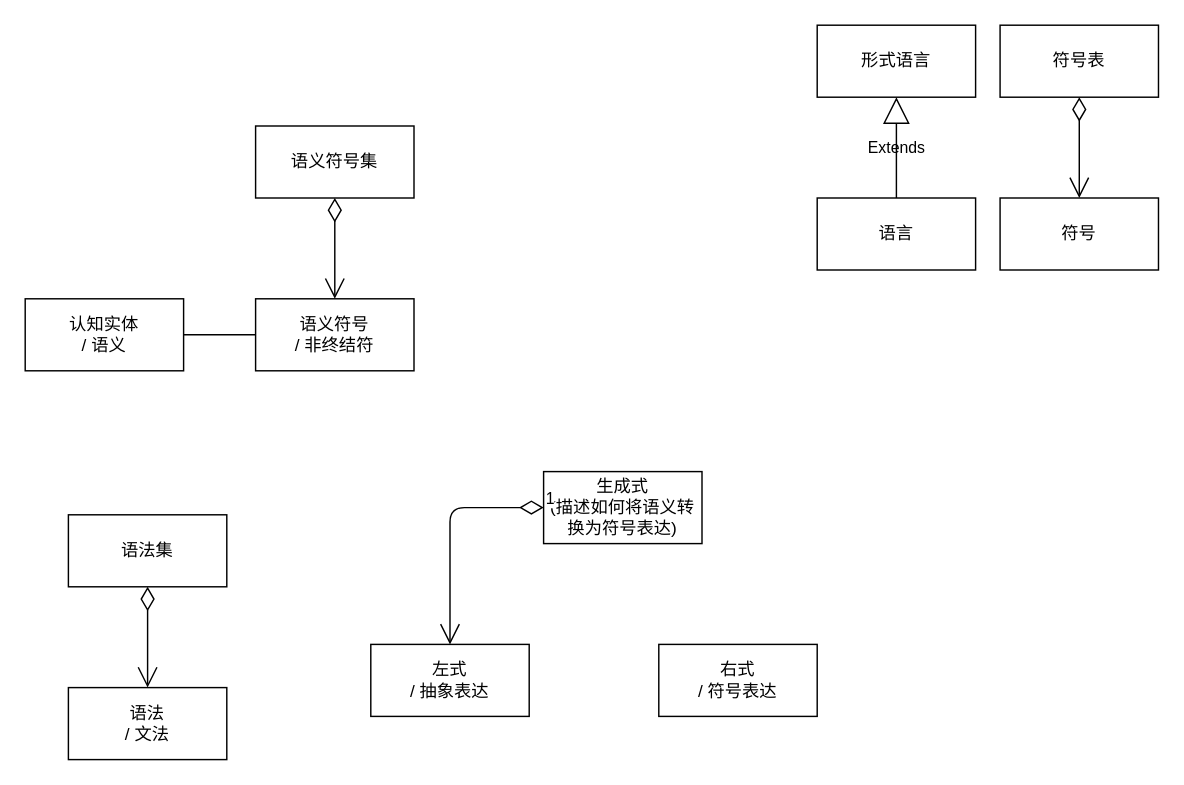
Before: page "语言" (2 of 2) of base_model/实体和语言.drawio in cyxm/CodeGenerator, a draw.io diagram. Source tidied: cells renumbered, new cells numbered last; positions are measured from the earlier drawing's top-left corner, leaving out a move shared by most shapes. Both pictures are drawn from the tidied source at 144%, with x=0, y=0 at pixel (24, 24).
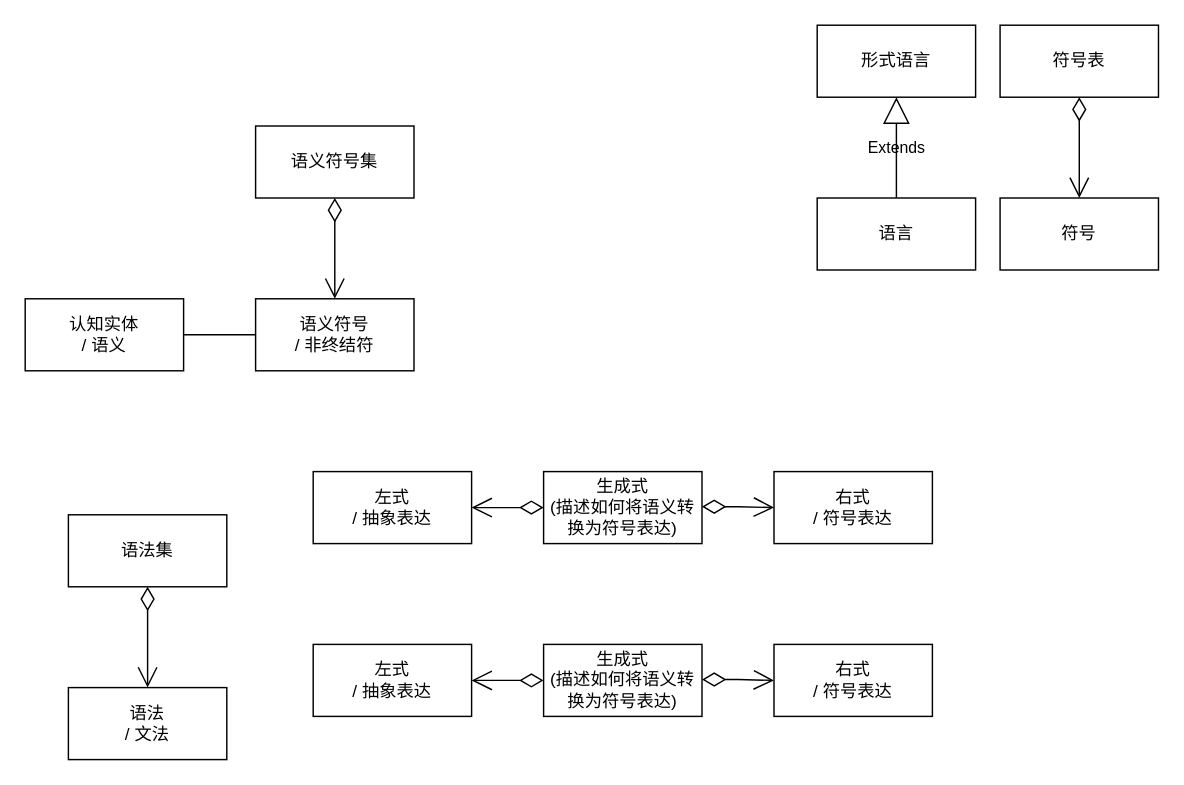
The same diagram, later.

Commit message:
更新实体和语言.drawio

The edit, as a diff of the source:
```diff
@@
+    <mxCell id="24" style="group;" parent="1" vertex="1">
+      <mxGeometry x="200" y="310" width="430" height="50" as="geometry" />
+    </mxCell>
-    <mxCell id="20" value="&lt;div&gt;生成式&lt;/div&gt;&lt;div&gt;(描述如何将语义转换为符号表达)&lt;/div&gt;" style="html=1;whiteSpace=wrap;" parent="1" vertex="1">
-      <mxGeometry x="360" y="310" width="110" height="50" as="geometry" />
+    <mxCell id="20" value="&lt;div&gt;生成式&lt;/div&gt;&lt;div&gt;(描述如何将语义转换为符号表达)&lt;/div&gt;" style="html=1;whiteSpace=wrap;" parent="24" vertex="1">
+      <mxGeometry x="160" width="110" height="50" as="geometry" />
     </mxCell>
-    <mxCell id="21" value="&lt;div&gt;左式&lt;/div&gt;&lt;div&gt;/ 抽象表达&lt;/div&gt;" style="html=1;whiteSpace=wrap;" parent="1" vertex="1">
-      <mxGeometry x="240" y="430" width="110" height="50" as="geometry" />
+    <mxCell id="21" value="&lt;div&gt;左式&lt;/div&gt;&lt;div&gt;/ 抽象表达&lt;/div&gt;" style="html=1;whiteSpace=wrap;" parent="24" vertex="1">
+      <mxGeometry width="110" height="50" as="geometry" />
     </mxCell>
-    <mxCell id="22" value="&lt;div&gt;右式&lt;/div&gt;&lt;div&gt;/ 符号表达&lt;/div&gt;" style="html=1;whiteSpace=wrap;" parent="1" vertex="1">
-      <mxGeometry x="440" y="430" width="110" height="50" as="geometry" />
+    <mxCell id="22" value="&lt;div&gt;右式&lt;/div&gt;&lt;div&gt;/ 符号表达&lt;/div&gt;" style="html=1;whiteSpace=wrap;" parent="24" vertex="1">
+      <mxGeometry x="320" width="110" height="50" as="geometry" />
     </mxCell>
-    <mxCell id="23" value="1" style="endArrow=open;html=1;endSize=12;startArrow=diamondThin;startSize=14;startFill=0;edgeStyle=orthogonalEdgeStyle;align=left;verticalAlign=bottom;entryX=0.5;entryY=0;entryDx=0;entryDy=0;exitX=0;exitY=0.5;exitDx=0;exitDy=0;" parent="1" edge="1" source="20" target="21">
+    <mxCell id="23" style="endArrow=open;html=1;endSize=12;startArrow=diamondThin;startSize=14;startFill=0;edgeStyle=orthogonalEdgeStyle;align=left;verticalAlign=bottom;entryX=1;entryY=0.5;entryDx=0;entryDy=0;exitX=0;exitY=0.5;exitDx=0;exitDy=0;rounded=0;curved=0;" parent="24" edge="1" source="20" target="21">
       <mxGeometry x="-1" y="3" relative="1" as="geometry" />
     </mxCell>
+    <mxCell id="25" style="endArrow=open;html=1;endSize=12;startArrow=diamondThin;startSize=14;startFill=0;edgeStyle=orthogonalEdgeStyle;align=left;verticalAlign=bottom;rounded=0;exitX=1;exitY=0.488;exitDx=0;exitDy=0;exitPerimeter=0;entryX=0;entryY=0.5;entryDx=0;entryDy=0;" parent="24" edge="1" source="20" target="22">
+      <mxGeometry x="-1" y="3" relative="1" as="geometry" />
+    </mxCell>
+    <mxCell id="26" style="group;" parent="1" vertex="1">
+      <mxGeometry x="200" y="430" width="430" height="50" as="geometry" />
+    </mxCell>
+    <mxCell id="27" value="&lt;div&gt;生成式&lt;/div&gt;&lt;div&gt;(描述如何将语义转换为符号表达)&lt;/div&gt;" style="html=1;whiteSpace=wrap;" parent="26" vertex="1">
+      <mxGeometry x="160" width="110" height="50" as="geometry" />
+    </mxCell>
+    <mxCell id="28" value="&lt;div&gt;左式&lt;/div&gt;&lt;div&gt;/ 抽象表达&lt;/div&gt;" style="html=1;whiteSpace=wrap;" parent="26" vertex="1">
+      <mxGeometry width="110" height="50" as="geometry" />
+    </mxCell>
+    <mxCell id="29" value="&lt;div&gt;右式&lt;/div&gt;&lt;div&gt;/ 符号表达&lt;/div&gt;" style="html=1;whiteSpace=wrap;" parent="26" vertex="1">
+      <mxGeometry x="320" width="110" height="50" as="geometry" />
+    </mxCell>
+    <mxCell id="30" style="endArrow=open;html=1;endSize=12;startArrow=diamondThin;startSize=14;startFill=0;edgeStyle=orthogonalEdgeStyle;align=left;verticalAlign=bottom;entryX=1;entryY=0.5;entryDx=0;entryDy=0;exitX=0;exitY=0.5;exitDx=0;exitDy=0;rounded=0;curved=0;" parent="26" edge="1" source="27" target="28">
+      <mxGeometry x="-1" y="3" relative="1" as="geometry" />
+    </mxCell>
+    <mxCell id="31" style="endArrow=open;html=1;endSize=12;startArrow=diamondThin;startSize=14;startFill=0;edgeStyle=orthogonalEdgeStyle;align=left;verticalAlign=bottom;rounded=0;exitX=1;exitY=0.488;exitDx=0;exitDy=0;exitPerimeter=0;entryX=0;entryY=0.5;entryDx=0;entryDy=0;" parent="26" edge="1" source="27" target="29">
+      <mxGeometry x="-1" y="3" relative="1" as="geometry" />
+    </mxCell>
```
